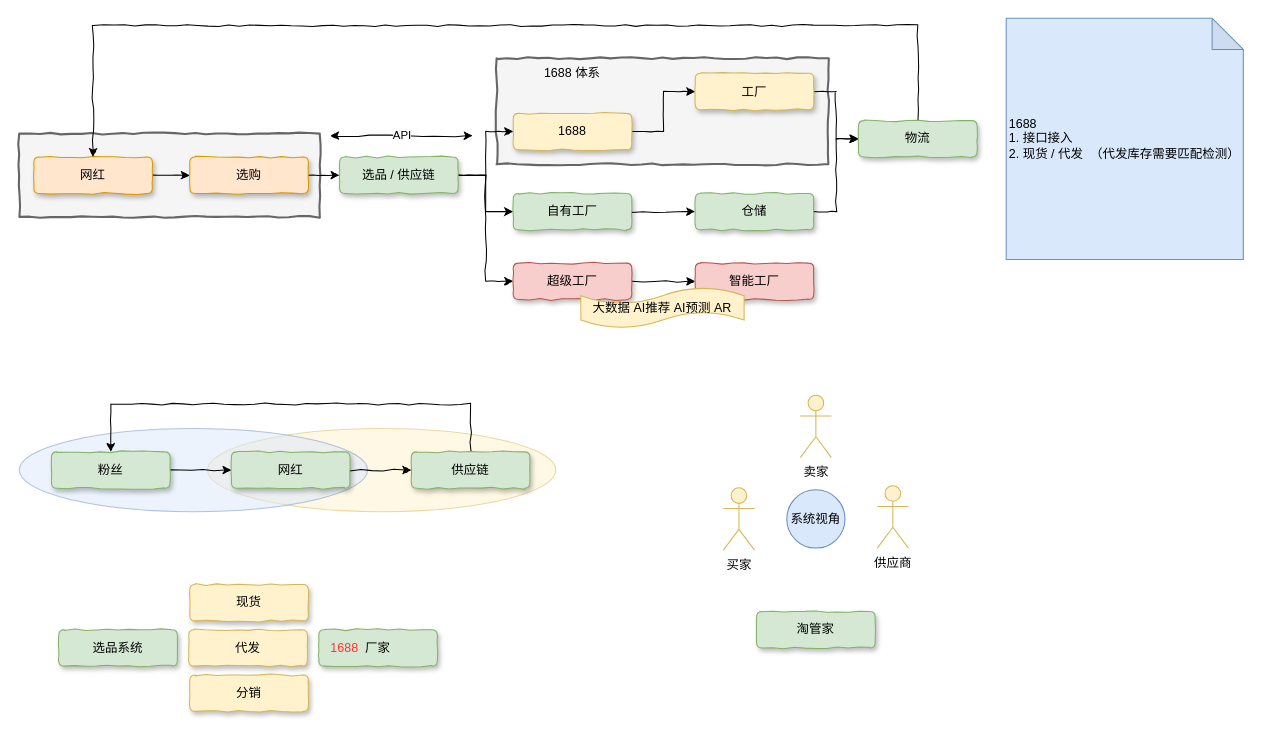
chenyz/EGOTableViewPullRefresh keeps this draw.io diagram as 洋葱结构梳理.drawio. Above is the earlier version. Source tidied: cells renumbered, new cells numbered last; positions are measured from the earlier drawing's top-left corner, leaving out a move shared by most shapes. Both pictures are drawn from the tidied source at 104%, with x=0, y=0 at pixel (19, 18).
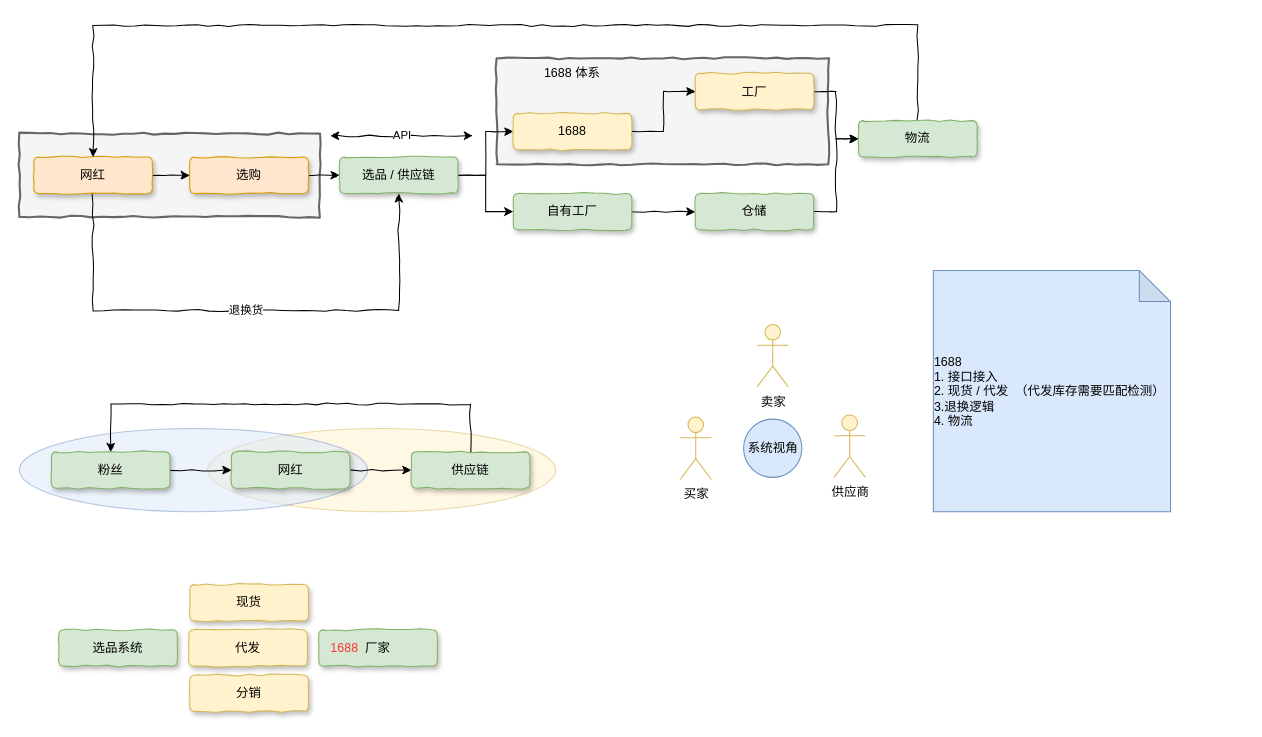
The same page after the edit.

Commit message:
更新洋葱结构梳理.drawio

Unchanged cells that the change refers to:
```xml
<mxCell id="7" value="网红" style="rounded=1;whiteSpace=wrap;html=1;shadow=1;comic=1;fillColor=#ffe6cc;strokeColor=#d79b00;" parent="1" vertex="1">
  <mxGeometry x="14" y="133.5" width="114" height="35" as="geometry" />
</mxCell>
<mxCell id="11" value="选品 / 供应链" style="rounded=1;whiteSpace=wrap;html=1;shadow=1;comic=1;fillColor=#d5e8d4;strokeColor=#82b366;" parent="1" vertex="1">
  <mxGeometry x="308" y="133.5" width="114" height="35" as="geometry" />
</mxCell>
```

Change to the diagram source:
```diff
@@
+    <mxCell id="48" value="退换货" style="edgeStyle=orthogonalEdgeStyle;rounded=0;comic=1;jettySize=auto;html=1;exitX=0.5;exitY=1;exitDx=0;exitDy=0;entryX=0.5;entryY=1;entryDx=0;entryDy=0;shadow=0;" parent="1" edge="1" source="7" target="11">
+      <mxGeometry relative="1" as="geometry">
+        <Array as="points">
+          <mxPoint x="71" y="281" />
+          <mxPoint x="365" y="281" />
+        </Array>
+      </mxGeometry>
+    </mxCell>
@@
-    <mxCell id="10" style="edgeStyle=orthogonalEdgeStyle;rounded=0;comic=1;jettySize=auto;html=1;exitX=1;exitY=0.5;exitDx=0;exitDy=0;entryX=0;entryY=0.5;entryDx=0;entryDy=0;shadow=0;" parent="1" edge="1" source="11" target="25">
-      <mxGeometry relative="1" as="geometry" />
-    </mxCell>
@@
-    <mxCell id="24" style="edgeStyle=orthogonalEdgeStyle;rounded=0;comic=1;jettySize=auto;html=1;exitX=1;exitY=0.5;exitDx=0;exitDy=0;shadow=0;" parent="1" edge="1" source="25" target="26">
-      <mxGeometry relative="1" as="geometry" />
-    </mxCell>
-    <mxCell id="25" value="超级工厂" style="rounded=1;whiteSpace=wrap;html=1;shadow=1;comic=1;fillColor=#f8cecc;strokeColor=#b85450;" parent="1" vertex="1">
-      <mxGeometry x="475" y="235.5" width="114" height="35" as="geometry" />
-    </mxCell>
-    <mxCell id="26" value="智能工厂" style="rounded=1;whiteSpace=wrap;html=1;shadow=1;comic=1;fillColor=#f8cecc;strokeColor=#b85450;" parent="1" vertex="1">
-      <mxGeometry x="650" y="235.5" width="114" height="35" as="geometry" />
-    </mxCell>
@@
-    <mxCell id="28" value="&lt;div style=&quot;text-align: left&quot;&gt;&lt;span&gt;1688&amp;nbsp;&lt;/span&gt;&lt;/div&gt;&lt;div style=&quot;text-align: left&quot;&gt;1. 接口接入&lt;/div&gt;2. 现货 / 代发&amp;nbsp; （代发库存需要匹配检测）&lt;br&gt;" style="shape=note;whiteSpace=wrap;html=1;backgroundOutline=1;darkOpacity=0.05;fillColor=#dae8fc;strokeColor=#6c8ebf;" parent="1" vertex="1">
-      <mxGeometry x="949" width="228" height="232" as="geometry" />
+    <mxCell id="28" value="&lt;div style=&quot;text-align: left&quot;&gt;&lt;span&gt;1688&amp;nbsp;&lt;/span&gt;&lt;/div&gt;&lt;div style=&quot;text-align: left&quot;&gt;1. 接口接入&lt;/div&gt;&lt;div style=&quot;text-align: left&quot;&gt;&lt;span&gt;2. 现货 / 代发&amp;nbsp; （代发库存需要匹配检测）3.退换逻辑&lt;/span&gt;&lt;/div&gt;&lt;div style=&quot;text-align: left&quot;&gt;&lt;span&gt;4. 物流&lt;/span&gt;&lt;/div&gt;" style="shape=note;whiteSpace=wrap;html=1;backgroundOutline=1;darkOpacity=0.05;fillColor=#dae8fc;strokeColor=#6c8ebf;" parent="1" vertex="1">
+      <mxGeometry x="879" y="242.5" width="228" height="232" as="geometry" />
     </mxCell>
@@
-    <mxCell id="35" value="大数据 AI推荐 AI预测 AR" style="shape=tape;whiteSpace=wrap;html=1;fillColor=#fff2cc;strokeColor=#d6b656;" parent="1" vertex="1">
-      <mxGeometry x="540" y="259" width="157" height="39" as="geometry" />
-    </mxCell>
     <mxCell id="36" value="系统视角" style="ellipse;whiteSpace=wrap;html=1;fillColor=#dae8fc;strokeColor=#6c8ebf;" parent="1" vertex="1">
-      <mxGeometry x="738" y="453.5" width="56" height="56" as="geometry" />
+      <mxGeometry x="696.5" y="385.5" width="56" height="56" as="geometry" />
     </mxCell>
     <mxCell id="37" value="买家" style="shape=umlActor;verticalLabelPosition=bottom;labelBackgroundColor=#ffffff;verticalAlign=top;html=1;fillColor=#fff2cc;strokeColor=#d6b656;" parent="1" vertex="1">
-      <mxGeometry x="677" y="451.5" width="30" height="60" as="geometry" />
+      <mxGeometry x="635.5" y="383.5" width="30" height="60" as="geometry" />
     </mxCell>
     <mxCell id="38" value="卖家" style="shape=umlActor;verticalLabelPosition=bottom;labelBackgroundColor=#ffffff;verticalAlign=top;html=1;fillColor=#fff2cc;strokeColor=#d6b656;" parent="1" vertex="1">
-      <mxGeometry x="751" y="362.5" width="30" height="60" as="geometry" />
+      <mxGeometry x="709.5" y="294.5" width="30" height="60" as="geometry" />
     </mxCell>
     <mxCell id="39" value="供应商" style="shape=umlActor;verticalLabelPosition=bottom;labelBackgroundColor=#ffffff;verticalAlign=top;html=1;fillColor=#fff2cc;strokeColor=#d6b656;" parent="1" vertex="1">
-      <mxGeometry x="825" y="449.5" width="30" height="60" as="geometry" />
+      <mxGeometry x="783.5" y="381.5" width="30" height="60" as="geometry" />
     </mxCell>
-    <mxCell id="40" value="淘管家&lt;br&gt;" style="rounded=1;whiteSpace=wrap;html=1;shadow=1;comic=1;fillColor=#d5e8d4;strokeColor=#82b366;" parent="1" vertex="1">
-      <mxGeometry x="709" y="570.5" width="114" height="35" as="geometry" />
-    </mxCell>
```
